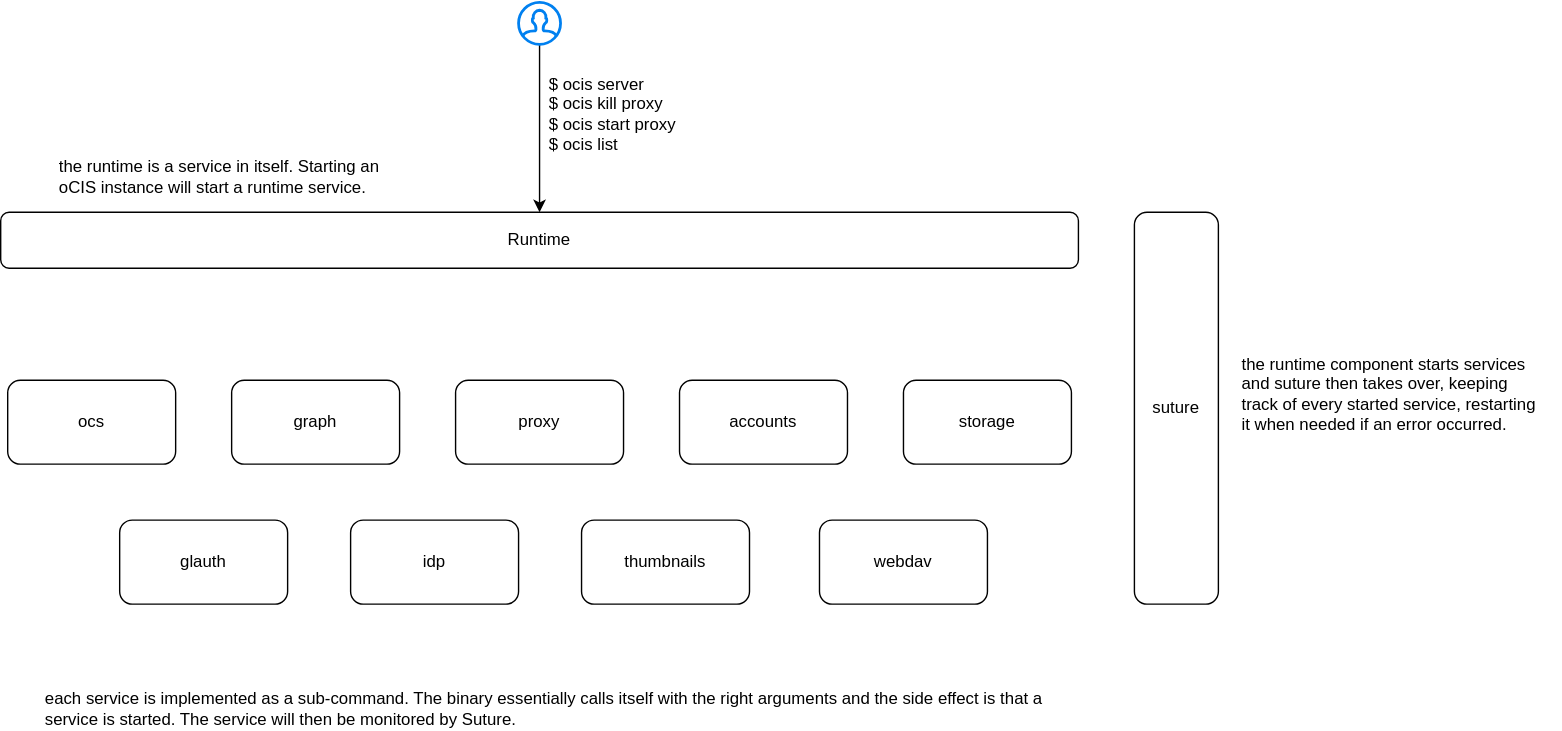
Before: docs/ocis/static/runtime.drawio.svg, a diagram exported from draw.io (owncloud/ocis). Source tidied: cells renumbered, new cells last; positions are measured from the earlier drawing's top-left corner, leaving out a move shared by most shapes.
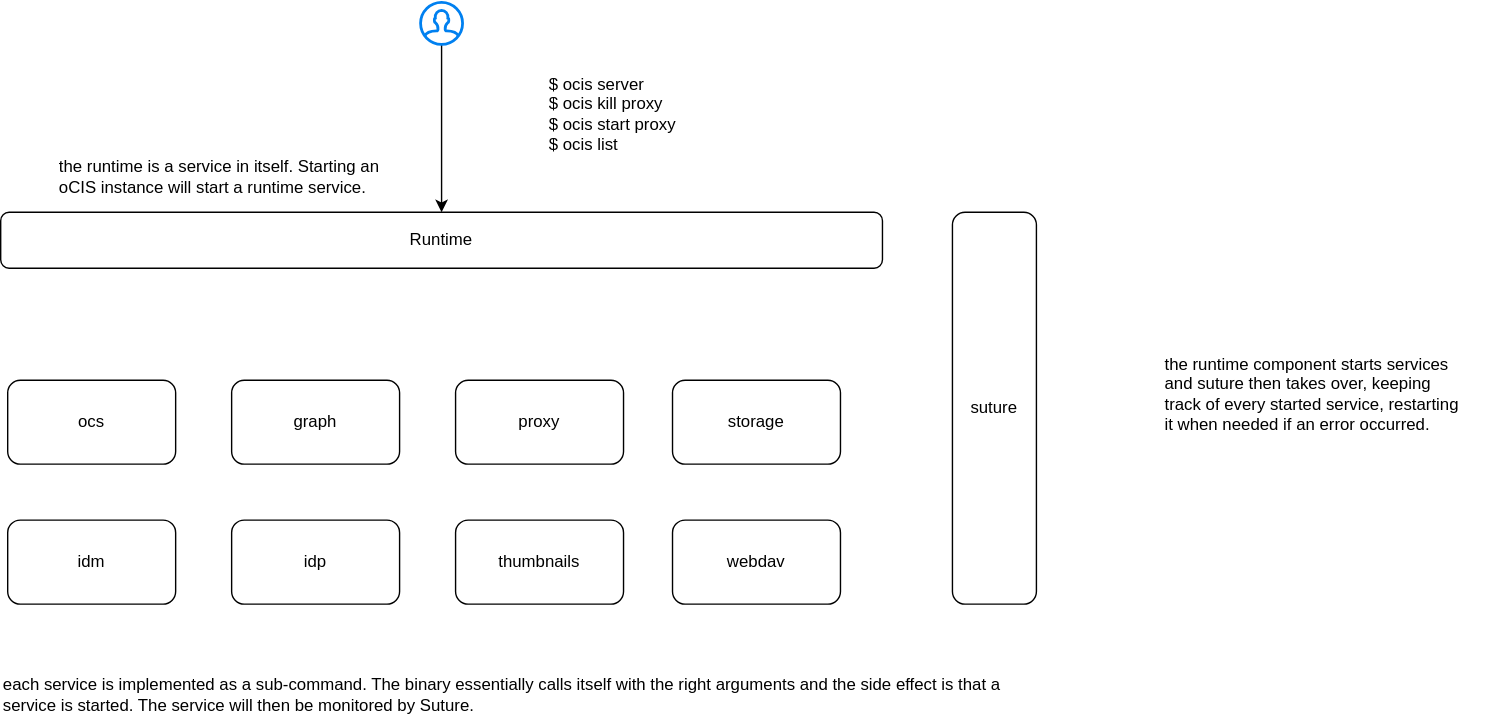
Later version of the same file.

The edit, as a diff of the source:
```diff
@@ -3,7 +3,7 @@
     <mxCell id="0" />
     <mxCell id="1" parent="0" />
     <mxCell id="2" value="Runtime" style="rounded=1;whiteSpace=wrap;html=1;" parent="1" vertex="1">
-      <mxGeometry y="150" width="770" height="40" as="geometry" />
+      <mxGeometry y="150" width="630" height="40" as="geometry" />
     </mxCell>
     <mxCell id="3" value="ocs" style="rounded=1;whiteSpace=wrap;html=1;" parent="1" vertex="1">
       <mxGeometry x="5" y="270" width="120" height="60" as="geometry" />
@@ -11,44 +11,41 @@
     <mxCell id="4" value="&lt;div&gt;graph&lt;/div&gt;" style="rounded=1;whiteSpace=wrap;html=1;" parent="1" vertex="1">
       <mxGeometry x="165" y="270" width="120" height="60" as="geometry" />
     </mxCell>
-    <mxCell id="5" value="glauth" style="rounded=1;whiteSpace=wrap;html=1;" parent="1" vertex="1">
-      <mxGeometry x="85" y="370" width="120" height="60" as="geometry" />
+    <mxCell id="5" value="&lt;div&gt;idm&lt;/div&gt;" style="rounded=1;whiteSpace=wrap;html=1;" parent="1" vertex="1">
+      <mxGeometry x="5" y="370" width="120" height="60" as="geometry" />
     </mxCell>
-    <mxCell id="6" value="accounts" style="rounded=1;whiteSpace=wrap;html=1;" parent="1" vertex="1">
-      <mxGeometry x="485" y="270" width="120" height="60" as="geometry" />
-    </mxCell>
     <mxCell id="7" value="storage" style="rounded=1;whiteSpace=wrap;html=1;" parent="1" vertex="1">
-      <mxGeometry x="645" y="270" width="120" height="60" as="geometry" />
+      <mxGeometry x="480" y="270" width="120" height="60" as="geometry" />
     </mxCell>
     <mxCell id="8" value="proxy" style="rounded=1;whiteSpace=wrap;html=1;" parent="1" vertex="1">
       <mxGeometry x="325" y="270" width="120" height="60" as="geometry" />
     </mxCell>
     <mxCell id="9" value="idp" style="rounded=1;whiteSpace=wrap;html=1;" parent="1" vertex="1">
-      <mxGeometry x="250" y="370" width="120" height="60" as="geometry" />
+      <mxGeometry x="165" y="370" width="120" height="60" as="geometry" />
     </mxCell>
     <mxCell id="10" value="thumbnails" style="rounded=1;whiteSpace=wrap;html=1;" parent="1" vertex="1">
-      <mxGeometry x="415" y="370" width="120" height="60" as="geometry" />
+      <mxGeometry x="325" y="370" width="120" height="60" as="geometry" />
     </mxCell>
     <mxCell id="11" value="webdav" style="rounded=1;whiteSpace=wrap;html=1;" parent="1" vertex="1">
-      <mxGeometry x="585" y="370" width="120" height="60" as="geometry" />
+      <mxGeometry x="480" y="370" width="120" height="60" as="geometry" />
     </mxCell>
     <mxCell id="12" value="suture" style="rounded=1;whiteSpace=wrap;html=1;" parent="1" vertex="1">
-      <mxGeometry x="810" y="150" width="60" height="280" as="geometry" />
+      <mxGeometry x="680" y="150" width="60" height="280" as="geometry" />
     </mxCell>
     <mxCell id="13" style="edgeStyle=orthogonalEdgeStyle;rounded=0;jettySize=auto;html=1;entryX=0.5;entryY=0;entryDx=0;entryDy=0;" parent="1" edge="1" source="14" target="2">
       <mxGeometry relative="1" as="geometry" />
     </mxCell>
     <mxCell id="14" style="html=1;verticalLabelPosition=bottom;align=center;labelBackgroundColor=#ffffff;verticalAlign=top;strokeWidth=2;strokeColor=#0080F0;shadow=0;dashed=0;shape=mxgraph.ios7.icons.user;" parent="1" vertex="1">
-      <mxGeometry x="370" width="30" height="30" as="geometry" />
+      <mxGeometry x="300" width="30" height="30" as="geometry" />
     </mxCell>
     <mxCell id="15" value="&lt;div align=&quot;left&quot;&gt;$ ocis server&lt;/div&gt;&lt;div align=&quot;left&quot;&gt;$ ocis kill proxy&lt;/div&gt;&lt;div align=&quot;left&quot;&gt;$ ocis start proxy&lt;/div&gt;&lt;div align=&quot;left&quot;&gt;$ ocis list&lt;br&gt;&lt;/div&gt;" style="text;html=1;align=left;verticalAlign=middle;fillColor=none;strokeColor=none;rounded=0;" parent="1" vertex="1">
       <mxGeometry x="390" y="50" width="110" height="60" as="geometry" />
     </mxCell>
     <mxCell id="16" value="&lt;div&gt;the runtime component starts services&lt;br&gt;&lt;/div&gt;&lt;div&gt;and suture then takes over, keeping&lt;br&gt;&lt;/div&gt;&lt;div&gt;track of every started service, restarting&lt;/div&gt;&lt;div&gt;it when needed if an error occurred.&lt;br&gt;&lt;/div&gt;" style="text;html=1;align=left;verticalAlign=middle;fillColor=none;strokeColor=none;rounded=0;" parent="1" vertex="1">
-      <mxGeometry x="885" y="250" width="230" height="60" as="geometry" />
+      <mxGeometry x="830" y="250" width="230" height="60" as="geometry" />
     </mxCell>
     <mxCell id="17" value="&lt;div&gt;each service is implemented as a sub-command. The binary essentially calls itself with the right arguments and the side effect is that a&lt;/div&gt;&lt;div&gt;service is started. The service will then be monitored by Suture.&lt;br&gt;&lt;/div&gt;" style="text;html=1;align=left;verticalAlign=middle;fillColor=none;strokeColor=none;rounded=0;" parent="1" vertex="1">
-      <mxGeometry x="30" y="490" width="730" height="30" as="geometry" />
+      <mxGeometry y="480" width="730" height="30" as="geometry" />
     </mxCell>
     <mxCell id="18" value="&lt;div&gt;the runtime is a service in itself. Starting an&lt;/div&gt;&lt;div&gt;oCIS instance will start a runtime service.&lt;/div&gt;" style="text;html=1;align=left;verticalAlign=middle;fillColor=none;strokeColor=none;rounded=0;" parent="1" vertex="1">
       <mxGeometry x="40" y="110" width="240" height="30" as="geometry" />
```
